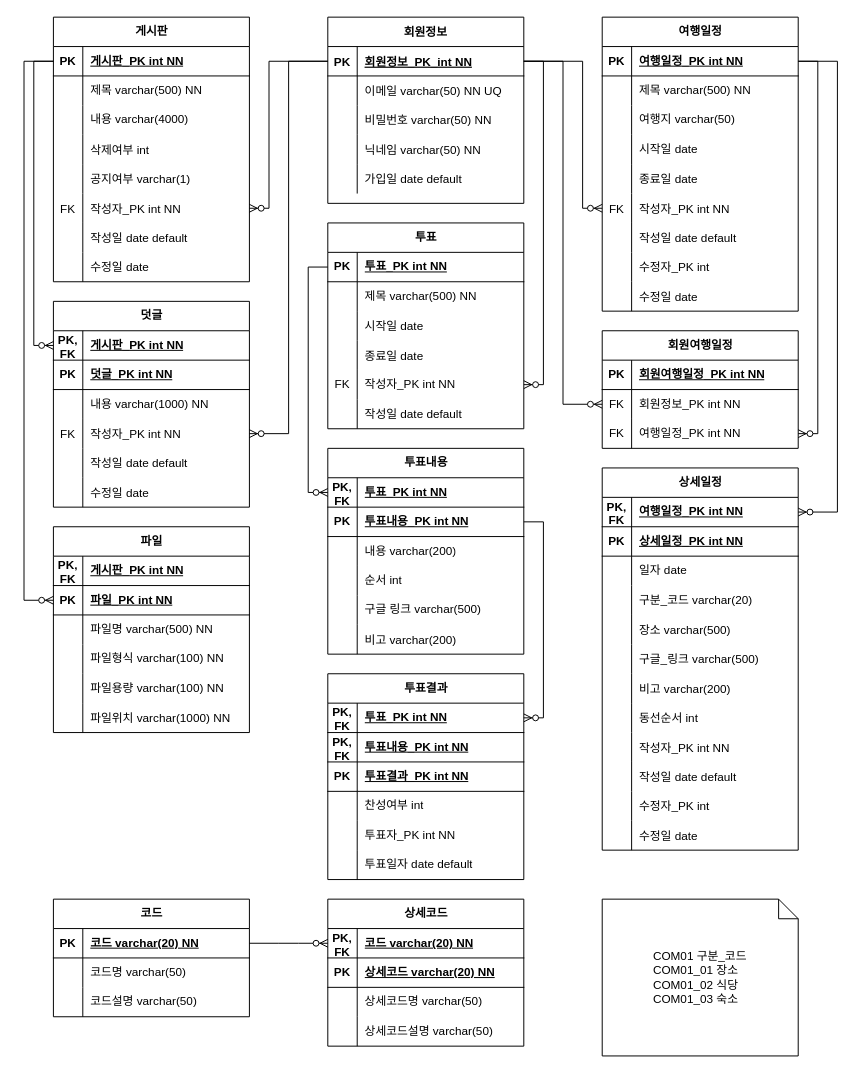
The draw.io diagram erd/itinerary_erd_logical.drawio in Hevrica/itinerary_be, before the edit. Source tidied: cells renumbered, new cells numbered last; positions are measured from the earlier drawing's top-left corner, leaving out a move shared by most shapes. Both pictures are drawn from the tidied source at 98%, with x=0, y=0 at pixel (24, 17).
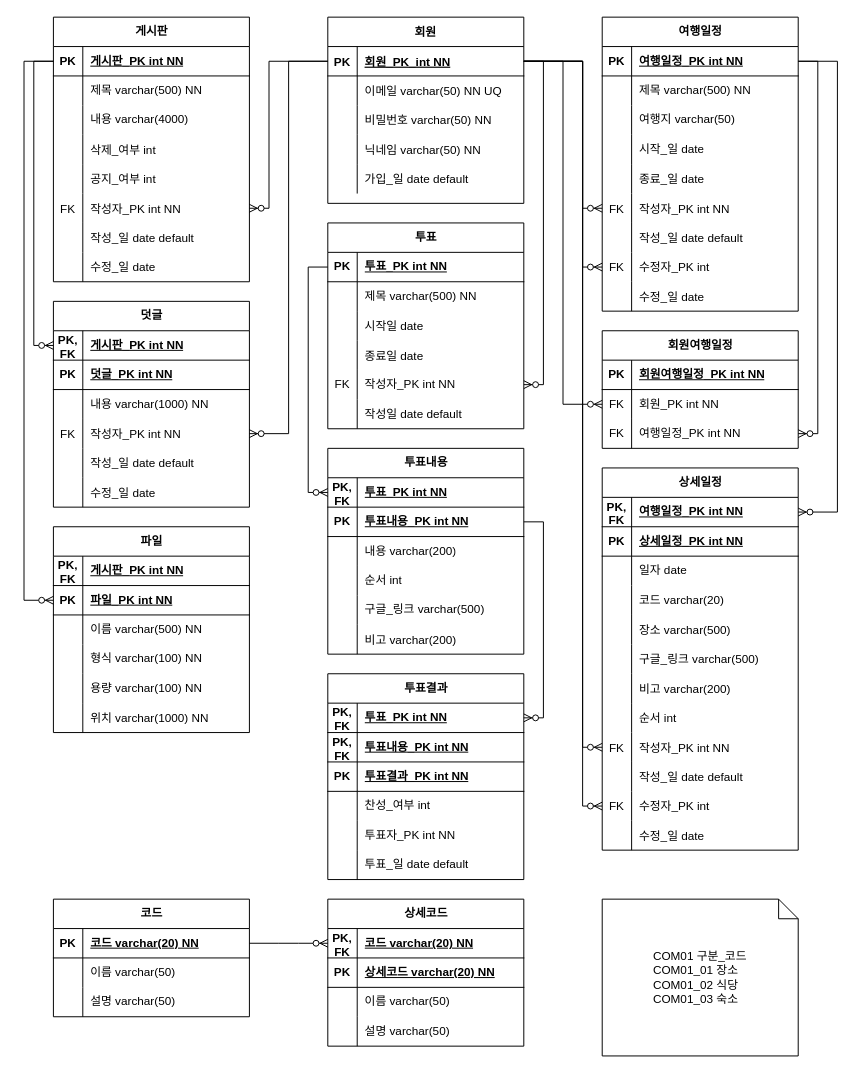
The same page after the edit.

Commit message:
logical erd update. 논리명 수정

Unchanged cells that the change refers to:
```xml
<mxCell id="3" style="shape=partialRectangle;fillColor=none;points=[[0,0.5],[1,0.5]];portConstraint=eastwest;top=0;left=0;right=0;bottom=1;" parent="2" vertex="1">
<mxCell id="15" style="shape=tableRow;horizontal=0;startSize=0;swimlaneHead=0;swimlaneBody=0;fillColor=none;top=0;left=0;right=0;bottom=0;" parent="2" vertex="1">
<mxCell id="22" style="shape=tableRow;horizontal=0;startSize=0;swimlaneHead=0;swimlaneBody=0;fillColor=none;points=[[0,0.5],[1,0.5]];portConstraint=eastwest;top=0;left=0;right=0;bottom=0;" parent="18" vertex="1">
<mxCell id="38" style="shape=tableRow;horizontal=0;startSize=0;swimlaneHead=0;swimlaneBody=0;fillColor=none;top=0;left=0;right=0;bottom=0;" parent="28" vertex="1">
<mxCell id="41" style="shape=tableRow;horizontal=0;startSize=0;swimlaneHead=0;swimlaneBody=0;fillColor=none;top=0;left=0;right=0;bottom=0;" parent="28" vertex="1">
<mxCell id="47" style="shape=tableRow;horizontal=0;startSize=0;swimlaneHead=0;swimlaneBody=0;fillColor=none;top=0;left=0;right=0;bottom=0;" parent="28" vertex="1">
<mxCell id="50" style="shape=tableRow;horizontal=0;startSize=0;swimlaneHead=0;swimlaneBody=0;fillColor=none;points=[[0,0.5],[1,0.5]];portConstraint=eastwest;top=0;left=0;right=0;bottom=0;" parent="28" vertex="1">
<mxCell id="53" style="shape=tableRow;horizontal=0;startSize=0;swimlaneHead=0;swimlaneBody=0;fillColor=none;top=0;left=0;right=0;bottom=0;" parent="28" vertex="1">
<mxCell id="66" style="shape=tableRow;horizontal=0;startSize=0;swimlaneHead=0;swimlaneBody=0;fillColor=none;top=0;left=0;right=0;bottom=0;" parent="56" vertex="1">
<mxCell id="78" style="shape=tableRow;horizontal=0;startSize=0;swimlaneHead=0;swimlaneBody=0;fillColor=none;top=0;left=0;right=0;bottom=0;" parent="56" vertex="1">
<mxCell id="81" style="shape=tableRow;horizontal=0;startSize=0;swimlaneHead=0;swimlaneBody=0;fillColor=none;points=[[0,0.5],[1,0.5]];portConstraint=eastwest;top=0;left=0;right=0;bottom=0;" parent="56" vertex="1">
<mxCell id="84" style="shape=tableRow;horizontal=0;startSize=0;swimlaneHead=0;swimlaneBody=0;fillColor=none;top=0;left=0;right=0;bottom=0;" parent="56" vertex="1">
<mxCell id="87" style="shape=tableRow;horizontal=0;startSize=0;swimlaneHead=0;swimlaneBody=0;fillColor=none;points=[[0,0.5],[1,0.5]];portConstraint=eastwest;top=0;left=0;right=0;bottom=0;" parent="56" vertex="1">
<mxCell id="90" style="shape=tableRow;horizontal=0;startSize=0;swimlaneHead=0;swimlaneBody=0;fillColor=none;top=0;left=0;right=0;bottom=0;" parent="56" vertex="1">
<mxCell id="97" style="shape=tableRow;horizontal=0;startSize=0;swimlaneHead=0;swimlaneBody=0;fillColor=none;top=0;left=0;right=0;bottom=0;" parent="93" vertex="1">
<mxCell id="100" style="shape=tableRow;horizontal=0;startSize=0;swimlaneHead=0;swimlaneBody=0;fillColor=none;top=0;left=0;right=0;bottom=0;" parent="93" vertex="1">
<mxCell id="110" style="shape=tableRow;horizontal=0;startSize=0;swimlaneHead=0;swimlaneBody=0;fillColor=none;top=0;left=0;right=0;bottom=0;" parent="103" vertex="1">
<mxCell id="113" style="shape=tableRow;horizontal=0;startSize=0;swimlaneHead=0;swimlaneBody=0;fillColor=none;top=0;left=0;right=0;bottom=0;" parent="103" vertex="1">
<mxCell id="127" style="shape=tableRow;horizontal=0;startSize=0;swimlaneHead=0;swimlaneBody=0;fillColor=none;top=0;left=0;right=0;bottom=0;" parent="117" vertex="1">
<mxCell id="130" style="shape=tableRow;horizontal=0;startSize=0;swimlaneHead=0;swimlaneBody=0;fillColor=none;top=0;left=0;right=0;bottom=0;" parent="117" vertex="1">
<mxCell id="136" style="shape=tableRow;horizontal=0;startSize=0;swimlaneHead=0;swimlaneBody=0;fillColor=none;top=0;left=0;right=0;bottom=0;" parent="117" vertex="1">
<mxCell id="139" style="shape=tableRow;horizontal=0;startSize=0;swimlaneHead=0;swimlaneBody=0;fillColor=none;top=0;left=0;right=0;bottom=0;" parent="117" vertex="1">
<mxCell id="155" style="shape=tableRow;horizontal=0;startSize=0;swimlaneHead=0;swimlaneBody=0;fillColor=none;top=0;left=0;right=0;bottom=0;" parent="142" vertex="1">
<mxCell id="158" style="shape=tableRow;horizontal=0;startSize=0;swimlaneHead=0;swimlaneBody=0;fillColor=none;top=0;left=0;right=0;bottom=0;" parent="142" vertex="1">
<mxCell id="193" style="shape=tableRow;horizontal=0;startSize=0;swimlaneHead=0;swimlaneBody=0;fillColor=none;top=0;left=0;right=0;bottom=0;" parent="180" vertex="1">
<mxCell id="209" style="shape=tableRow;horizontal=0;startSize=0;swimlaneHead=0;swimlaneBody=0;fillColor=none;top=0;left=0;right=0;bottom=0;" parent="199" vertex="1">
<mxCell id="215" style="shape=tableRow;horizontal=0;startSize=0;swimlaneHead=0;swimlaneBody=0;fillColor=none;top=0;left=0;right=0;bottom=0;" parent="199" vertex="1">
<mxCell id="236" style="shape=tableRow;horizontal=0;startSize=0;swimlaneHead=0;swimlaneBody=0;fillColor=none;top=0;left=0;right=0;bottom=0;" parent="229" vertex="1">
<mxCell id="239" style="shape=tableRow;horizontal=0;startSize=0;swimlaneHead=0;swimlaneBody=0;fillColor=none;top=0;left=0;right=0;bottom=0;" parent="229" vertex="1">
<mxCell id="242" style="shape=tableRow;horizontal=0;startSize=0;swimlaneHead=0;swimlaneBody=0;fillColor=none;top=0;left=0;right=0;bottom=0;" parent="229" vertex="1">
<mxCell id="245" style="shape=tableRow;horizontal=0;startSize=0;swimlaneHead=0;swimlaneBody=0;fillColor=none;top=0;left=0;right=0;bottom=0;" parent="229" vertex="1">
```

Change to the diagram source:
```diff
@@
-    <mxCell id="2" value="회원정보" style="shape=table;startSize=30;childLayout=tableLayout;rowLines=0;fontStyle=1;align=center;" parent="1" vertex="1">
+    <mxCell id="2" value="회원" style="shape=table;startSize=30;childLayout=tableLayout;rowLines=0;fontStyle=1;align=center;" parent="1" vertex="1">
       <mxGeometry x="310" width="200" height="190" as="geometry" />
     </mxCell>
@@
-    <mxCell id="5" value="회원정보_PK_int NN" style="shape=partialRectangle;overflow=hidden;fillColor=none;top=0;left=0;bottom=0;right=0;align=left;spacingLeft=6;fontStyle=5;" parent="3" vertex="1">
+    <mxCell id="5" value="회원_PK_int NN" style="shape=partialRectangle;overflow=hidden;fillColor=none;top=0;left=0;bottom=0;right=0;align=left;spacingLeft=6;fontStyle=5;" parent="3" vertex="1">
       <mxGeometry x="30" width="170" height="30" as="geometry" />
     </mxCell>
@@
-    <mxCell id="17" value="가입일 date default" style="shape=partialRectangle;fillColor=none;top=0;left=0;bottom=0;right=0;align=left;spacingLeft=6;overflow=hidden;" parent="15" vertex="1">
+    <mxCell id="17" value="가입_일 date default" style="shape=partialRectangle;fillColor=none;top=0;left=0;bottom=0;right=0;align=left;spacingLeft=6;overflow=hidden;" parent="15" vertex="1">
       <mxGeometry x="30" width="170" height="30" as="geometry" />
     </mxCell>
@@
-    <mxCell id="24" value="회원정보_PK int NN" style="shape=partialRectangle;fillColor=none;top=0;left=0;bottom=0;right=0;align=left;spacingLeft=6;overflow=hidden;whiteSpace=wrap;html=1;" parent="22" vertex="1">
+    <mxCell id="24" value="회원_PK int NN" style="shape=partialRectangle;fillColor=none;top=0;left=0;bottom=0;right=0;align=left;spacingLeft=6;overflow=hidden;whiteSpace=wrap;html=1;" parent="22" vertex="1">
       <mxGeometry x="30" width="170" height="30" as="geometry" />
     </mxCell>
@@
-    <mxCell id="40" value="시작일 date" style="shape=partialRectangle;fillColor=none;top=0;left=0;bottom=0;right=0;align=left;spacingLeft=6;overflow=hidden;whiteSpace=wrap;html=1;" parent="38" vertex="1">
+    <mxCell id="40" value="시작_일 date" style="shape=partialRectangle;fillColor=none;top=0;left=0;bottom=0;right=0;align=left;spacingLeft=6;overflow=hidden;whiteSpace=wrap;html=1;" parent="38" vertex="1">
       <mxGeometry x="30" width="170" height="30" as="geometry" />
     </mxCell>
@@
-    <mxCell id="43" value="종료일 date" style="shape=partialRectangle;fillColor=none;top=0;left=0;bottom=0;right=0;align=left;spacingLeft=6;overflow=hidden;" parent="41" vertex="1">
+    <mxCell id="43" value="종료_일 date" style="shape=partialRectangle;fillColor=none;top=0;left=0;bottom=0;right=0;align=left;spacingLeft=6;overflow=hidden;" parent="41" vertex="1">
       <mxGeometry x="30" width="170" height="30" as="geometry" />
     </mxCell>
@@
-    <mxCell id="49" value="작성일 date default" style="shape=partialRectangle;fillColor=none;top=0;left=0;bottom=0;right=0;align=left;spacingLeft=6;overflow=hidden;" parent="47" vertex="1">
+    <mxCell id="49" value="작성_일 date default" style="shape=partialRectangle;fillColor=none;top=0;left=0;bottom=0;right=0;align=left;spacingLeft=6;overflow=hidden;" parent="47" vertex="1">
       <mxGeometry x="30" width="170" height="30" as="geometry" />
     </mxCell>
@@
-    <mxCell id="51" style="shape=partialRectangle;fillColor=none;top=0;left=0;bottom=0;right=0;overflow=hidden;" parent="50" vertex="1">
+    <mxCell id="51" value="FK" style="shape=partialRectangle;fillColor=none;top=0;left=0;bottom=0;right=0;overflow=hidden;" parent="50" vertex="1">
       <mxGeometry width="30" height="30" as="geometry" />
     </mxCell>
@@
-    <mxCell id="55" value="수정일 date" style="shape=partialRectangle;fillColor=none;top=0;left=0;bottom=0;right=0;align=left;spacingLeft=6;overflow=hidden;" parent="53" vertex="1">
+    <mxCell id="55" value="수정_일 date" style="shape=partialRectangle;fillColor=none;top=0;left=0;bottom=0;right=0;align=left;spacingLeft=6;overflow=hidden;" parent="53" vertex="1">
       <mxGeometry x="30" width="170" height="30" as="geometry" />
     </mxCell>
@@
-    <mxCell id="68" value="구분_코드 varchar(20)" style="shape=partialRectangle;fillColor=none;top=0;left=0;bottom=0;right=0;align=left;spacingLeft=6;overflow=hidden;whiteSpace=wrap;html=1;" parent="66" vertex="1">
+    <mxCell id="68" value="코드 varchar(20)" style="shape=partialRectangle;fillColor=none;top=0;left=0;bottom=0;right=0;align=left;spacingLeft=6;overflow=hidden;whiteSpace=wrap;html=1;" parent="66" vertex="1">
       <mxGeometry x="30" width="170" height="30" as="geometry" />
     </mxCell>
@@
-    <mxCell id="80" value="동선순서 int" style="shape=partialRectangle;fillColor=none;top=0;left=0;bottom=0;right=0;align=left;spacingLeft=6;overflow=hidden;" parent="78" vertex="1">
+    <mxCell id="80" value="순서 int" style="shape=partialRectangle;fillColor=none;top=0;left=0;bottom=0;right=0;align=left;spacingLeft=6;overflow=hidden;" parent="78" vertex="1">
       <mxGeometry x="30" width="170" height="30" as="geometry" />
     </mxCell>
@@
-    <mxCell id="82" style="shape=partialRectangle;fillColor=none;top=0;left=0;bottom=0;right=0;overflow=hidden;" parent="81" vertex="1">
+    <mxCell id="82" value="FK" style="shape=partialRectangle;fillColor=none;top=0;left=0;bottom=0;right=0;overflow=hidden;" parent="81" vertex="1">
       <mxGeometry width="30" height="30" as="geometry" />
     </mxCell>
@@
-    <mxCell id="86" value="작성일 date default" style="shape=partialRectangle;fillColor=none;top=0;left=0;bottom=0;right=0;align=left;spacingLeft=6;overflow=hidden;" parent="84" vertex="1">
+    <mxCell id="86" value="작성_일 date default" style="shape=partialRectangle;fillColor=none;top=0;left=0;bottom=0;right=0;align=left;spacingLeft=6;overflow=hidden;" parent="84" vertex="1">
       <mxGeometry x="30" width="170" height="30" as="geometry" />
     </mxCell>
@@
-    <mxCell id="88" style="shape=partialRectangle;fillColor=none;top=0;left=0;bottom=0;right=0;overflow=hidden;" parent="87" vertex="1">
+    <mxCell id="88" value="FK" style="shape=partialRectangle;fillColor=none;top=0;left=0;bottom=0;right=0;overflow=hidden;" parent="87" vertex="1">
       <mxGeometry width="30" height="30" as="geometry" />
     </mxCell>
@@
-    <mxCell id="92" value="수정일 date" style="shape=partialRectangle;fillColor=none;top=0;left=0;bottom=0;right=0;align=left;spacingLeft=6;overflow=hidden;" parent="90" vertex="1">
+    <mxCell id="92" value="수정_일 date" style="shape=partialRectangle;fillColor=none;top=0;left=0;bottom=0;right=0;align=left;spacingLeft=6;overflow=hidden;" parent="90" vertex="1">
       <mxGeometry x="30" width="170" height="30" as="geometry" />
     </mxCell>
@@
-    <mxCell id="99" value="코드명 varchar(50)" style="shape=partialRectangle;fillColor=none;top=0;left=0;bottom=0;right=0;align=left;spacingLeft=6;overflow=hidden;whiteSpace=wrap;html=1;" parent="97" vertex="1">
+    <mxCell id="99" value="이름 varchar(50)" style="shape=partialRectangle;fillColor=none;top=0;left=0;bottom=0;right=0;align=left;spacingLeft=6;overflow=hidden;whiteSpace=wrap;html=1;" parent="97" vertex="1">
       <mxGeometry x="30" width="170" height="30" as="geometry" />
     </mxCell>
@@
-    <mxCell id="102" value="코드설명 varchar(50)" style="shape=partialRectangle;fillColor=none;top=0;left=0;bottom=0;right=0;align=left;spacingLeft=6;overflow=hidden;whiteSpace=wrap;html=1;" parent="100" vertex="1">
+    <mxCell id="102" value="설명 varchar(50)" style="shape=partialRectangle;fillColor=none;top=0;left=0;bottom=0;right=0;align=left;spacingLeft=6;overflow=hidden;whiteSpace=wrap;html=1;" parent="100" vertex="1">
       <mxGeometry x="30" width="170" height="30" as="geometry" />
     </mxCell>
@@
-    <mxCell id="112" value="상세코드명 varchar(50)" style="shape=partialRectangle;fillColor=none;top=0;left=0;bottom=0;right=0;align=left;spacingLeft=6;overflow=hidden;whiteSpace=wrap;html=1;" parent="110" vertex="1">
+    <mxCell id="112" value="이름 varchar(50)" style="shape=partialRectangle;fillColor=none;top=0;left=0;bottom=0;right=0;align=left;spacingLeft=6;overflow=hidden;whiteSpace=wrap;html=1;" parent="110" vertex="1">
       <mxGeometry x="30" width="170" height="30" as="geometry" />
     </mxCell>
@@
-    <mxCell id="115" value="상세코드설명 varchar(50)" style="shape=partialRectangle;fillColor=none;top=0;left=0;bottom=0;right=0;align=left;spacingLeft=6;overflow=hidden;whiteSpace=wrap;html=1;" parent="113" vertex="1">
+    <mxCell id="115" value="설명 varchar(50)" style="shape=partialRectangle;fillColor=none;top=0;left=0;bottom=0;right=0;align=left;spacingLeft=6;overflow=hidden;whiteSpace=wrap;html=1;" parent="113" vertex="1">
       <mxGeometry x="30" width="170" height="30" as="geometry" />
     </mxCell>
@@
-    <mxCell id="129" value="삭제여부 int" style="shape=partialRectangle;fillColor=none;top=0;left=0;bottom=0;right=0;align=left;spacingLeft=6;overflow=hidden;" parent="127" vertex="1">
+    <mxCell id="129" value="삭제_여부 int" style="shape=partialRectangle;fillColor=none;top=0;left=0;bottom=0;right=0;align=left;spacingLeft=6;overflow=hidden;" parent="127" vertex="1">
       <mxGeometry x="30" width="170" height="30" as="geometry" />
     </mxCell>
@@
-    <mxCell id="132" value="공지여부 varchar(1)" style="shape=partialRectangle;fillColor=none;top=0;left=0;bottom=0;right=0;align=left;spacingLeft=6;overflow=hidden;" parent="130" vertex="1">
+    <mxCell id="132" value="공지_여부 int" style="shape=partialRectangle;fillColor=none;top=0;left=0;bottom=0;right=0;align=left;spacingLeft=6;overflow=hidden;" parent="130" vertex="1">
       <mxGeometry x="30" width="170" height="30" as="geometry" />
     </mxCell>
@@
-    <mxCell id="138" value="작성일 date default" style="shape=partialRectangle;fillColor=none;top=0;left=0;bottom=0;right=0;align=left;spacingLeft=6;overflow=hidden;" parent="136" vertex="1">
+    <mxCell id="138" value="작성_일 date default" style="shape=partialRectangle;fillColor=none;top=0;left=0;bottom=0;right=0;align=left;spacingLeft=6;overflow=hidden;" parent="136" vertex="1">
       <mxGeometry x="30" width="170" height="30" as="geometry" />
     </mxCell>
@@
-    <mxCell id="141" value="수정일 date" style="shape=partialRectangle;fillColor=none;top=0;left=0;bottom=0;right=0;align=left;spacingLeft=6;overflow=hidden;" parent="139" vertex="1">
+    <mxCell id="141" value="수정_일 date" style="shape=partialRectangle;fillColor=none;top=0;left=0;bottom=0;right=0;align=left;spacingLeft=6;overflow=hidden;" parent="139" vertex="1">
       <mxGeometry x="30" width="170" height="30" as="geometry" />
     </mxCell>
@@
-    <mxCell id="157" value="작성일 date default" style="shape=partialRectangle;fillColor=none;top=0;left=0;bottom=0;right=0;align=left;spacingLeft=6;overflow=hidden;" parent="155" vertex="1">
+    <mxCell id="157" value="작성_일 date default" style="shape=partialRectangle;fillColor=none;top=0;left=0;bottom=0;right=0;align=left;spacingLeft=6;overflow=hidden;" parent="155" vertex="1">
       <mxGeometry x="30" width="170" height="30" as="geometry" />
     </mxCell>
@@
-    <mxCell id="160" value="수정일 date" style="shape=partialRectangle;fillColor=none;top=0;left=0;bottom=0;right=0;align=left;spacingLeft=6;overflow=hidden;" parent="158" vertex="1">
+    <mxCell id="160" value="수정_일 date" style="shape=partialRectangle;fillColor=none;top=0;left=0;bottom=0;right=0;align=left;spacingLeft=6;overflow=hidden;" parent="158" vertex="1">
       <mxGeometry x="30" width="170" height="30" as="geometry" />
     </mxCell>
@@
-    <mxCell id="195" value="구글 링크 varchar(500)" style="shape=partialRectangle;fillColor=none;top=0;left=0;bottom=0;right=0;align=left;spacingLeft=6;overflow=hidden;whiteSpace=wrap;html=1;" parent="193" vertex="1">
+    <mxCell id="195" value="구글_링크 varchar(500)" style="shape=partialRectangle;fillColor=none;top=0;left=0;bottom=0;right=0;align=left;spacingLeft=6;overflow=hidden;whiteSpace=wrap;html=1;" parent="193" vertex="1">
       <mxGeometry x="30" width="170" height="30" as="geometry" />
     </mxCell>
@@
-    <mxCell id="211" value="찬성여부 int" style="shape=partialRectangle;fillColor=none;top=0;left=0;bottom=0;right=0;align=left;spacingLeft=6;overflow=hidden;whiteSpace=wrap;html=1;" parent="209" vertex="1">
+    <mxCell id="211" value="찬성_여부 int" style="shape=partialRectangle;fillColor=none;top=0;left=0;bottom=0;right=0;align=left;spacingLeft=6;overflow=hidden;whiteSpace=wrap;html=1;" parent="209" vertex="1">
       <mxGeometry x="30" width="170" height="30" as="geometry" />
     </mxCell>
@@
-    <mxCell id="217" value="투표일자 date default" style="shape=partialRectangle;fillColor=none;top=0;left=0;bottom=0;right=0;align=left;spacingLeft=6;overflow=hidden;whiteSpace=wrap;html=1;" parent="215" vertex="1">
+    <mxCell id="217" value="투표_일 date default" style="shape=partialRectangle;fillColor=none;top=0;left=0;bottom=0;right=0;align=left;spacingLeft=6;overflow=hidden;whiteSpace=wrap;html=1;" parent="215" vertex="1">
       <mxGeometry x="30" width="170" height="30" as="geometry" />
     </mxCell>
@@
-    <mxCell id="238" value="파일명 varchar(500) NN" style="shape=partialRectangle;fillColor=none;top=0;left=0;bottom=0;right=0;align=left;spacingLeft=6;overflow=hidden;whiteSpace=wrap;html=1;" parent="236" vertex="1">
+    <mxCell id="238" value="이름 varchar(500) NN" style="shape=partialRectangle;fillColor=none;top=0;left=0;bottom=0;right=0;align=left;spacingLeft=6;overflow=hidden;whiteSpace=wrap;html=1;" parent="236" vertex="1">
       <mxGeometry x="30" width="170" height="30" as="geometry" />
     </mxCell>
@@
-    <mxCell id="241" value="파일형식 varchar(100) NN" style="shape=partialRectangle;fillColor=none;top=0;left=0;bottom=0;right=0;align=left;spacingLeft=6;overflow=hidden;whiteSpace=wrap;html=1;" parent="239" vertex="1">
+    <mxCell id="241" value="형식 varchar(100) NN" style="shape=partialRectangle;fillColor=none;top=0;left=0;bottom=0;right=0;align=left;spacingLeft=6;overflow=hidden;whiteSpace=wrap;html=1;" parent="239" vertex="1">
       <mxGeometry x="30" width="170" height="30" as="geometry" />
     </mxCell>
@@
-    <mxCell id="244" value="파일용량 varchar(100) NN" style="shape=partialRectangle;fillColor=none;top=0;left=0;bottom=0;right=0;align=left;spacingLeft=6;overflow=hidden;whiteSpace=wrap;html=1;" parent="242" vertex="1">
+    <mxCell id="244" value="용량 varchar(100) NN" style="shape=partialRectangle;fillColor=none;top=0;left=0;bottom=0;right=0;align=left;spacingLeft=6;overflow=hidden;whiteSpace=wrap;html=1;" parent="242" vertex="1">
       <mxGeometry x="30" width="170" height="30" as="geometry" />
     </mxCell>
@@
-    <mxCell id="247" value="파일위치 varchar(1000) NN" style="shape=partialRectangle;fillColor=none;top=0;left=0;bottom=0;right=0;align=left;spacingLeft=6;overflow=hidden;" parent="245" vertex="1">
+    <mxCell id="247" value="위치 varchar(1000) NN" style="shape=partialRectangle;fillColor=none;top=0;left=0;bottom=0;right=0;align=left;spacingLeft=6;overflow=hidden;" parent="245" vertex="1">
       <mxGeometry x="30" width="170" height="30" as="geometry" />
     </mxCell>
@@
+    <mxCell id="249" style="edgeStyle=elbowEdgeStyle;fontSize=12;html=1;endArrow=ERzeroToMany;endFill=1;rounded=0;exitX=1;exitY=0.5;exitDx=0;exitDy=0;" parent="1" edge="1" source="3" target="50">
+      <mxGeometry relative="1" as="geometry">
+        <Array as="points">
+          <mxPoint x="570" y="150" />
+        </Array>
+      </mxGeometry>
+    </mxCell>
+    <mxCell id="250" style="edgeStyle=elbowEdgeStyle;fontSize=12;html=1;endArrow=ERzeroToMany;endFill=1;rounded=0;exitX=1;exitY=0.5;exitDx=0;exitDy=0;entryX=0;entryY=0.5;entryDx=0;entryDy=0;" parent="1" edge="1" source="3" target="81">
+      <mxGeometry relative="1" as="geometry">
+        <Array as="points">
+          <mxPoint x="570" y="400" />
+        </Array>
+      </mxGeometry>
+    </mxCell>
+    <mxCell id="251" style="edgeStyle=elbowEdgeStyle;fontSize=12;html=1;endArrow=ERzeroToMany;endFill=1;rounded=0;exitX=1;exitY=0.5;exitDx=0;exitDy=0;entryX=0;entryY=0.5;entryDx=0;entryDy=0;" parent="1" edge="1" source="3" target="87">
+      <mxGeometry relative="1" as="geometry">
+        <Array as="points">
+          <mxPoint x="570" y="430" />
+        </Array>
+      </mxGeometry>
+    </mxCell>
```
